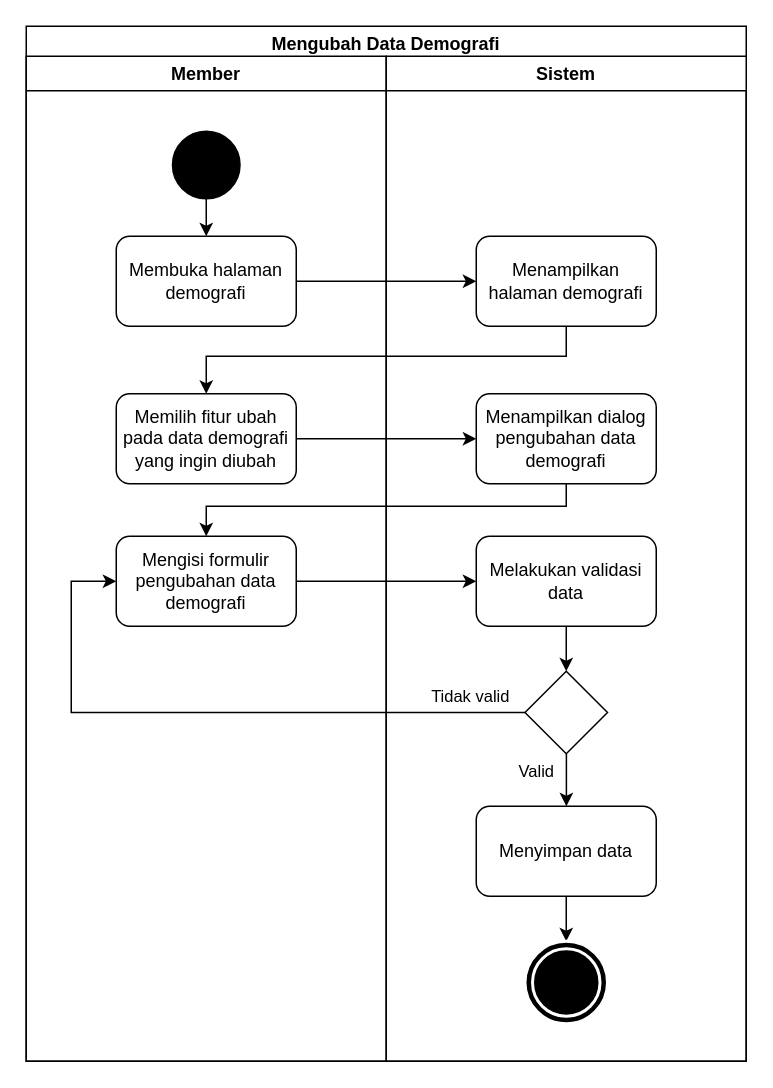
Before: Diagram/Activity Diagram/10. mengubah data demografi.drawio in techie-jhs/thesis, a draw.io diagram. Source tidied: cells renumbered, new cells numbered last; positions are measured from the earlier drawing's top-left corner, leaving out a move shared by most shapes. Both pictures are drawn from the tidied source at 150%, with x=0, y=0 at pixel (26, 26).
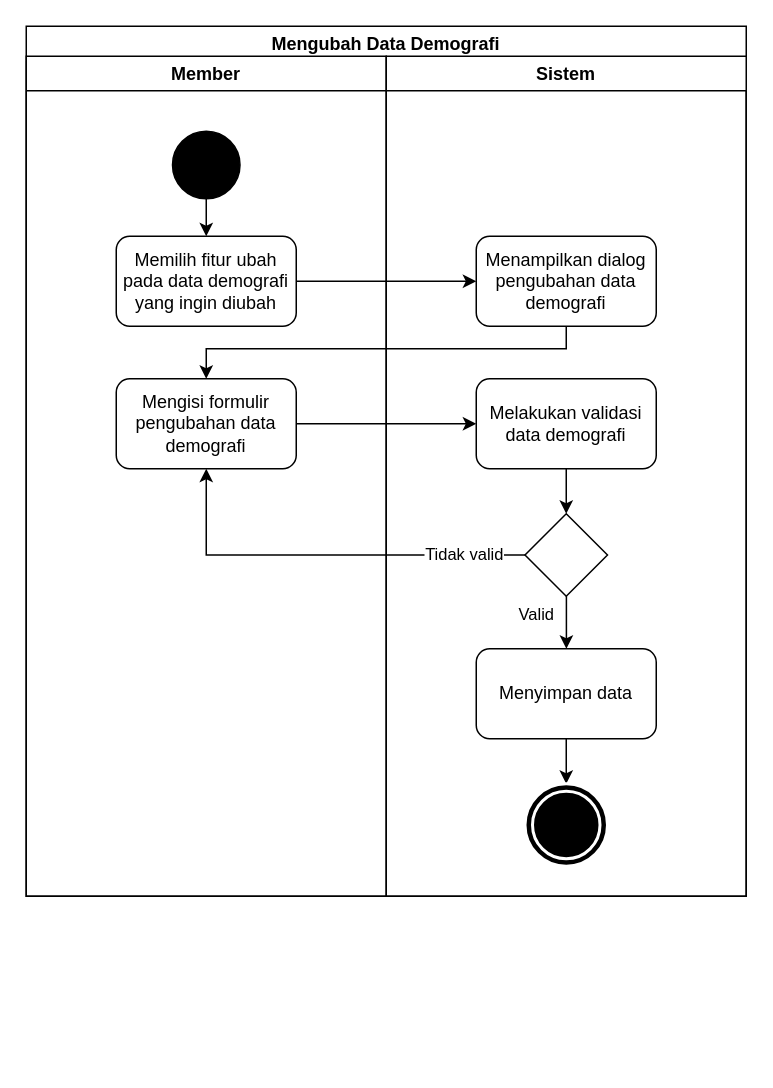
The same diagram, later.

Unchanged cells that the change refers to:
```xml
<mxCell id="5" style="ellipse;whiteSpace=wrap;html=1;fillColor=#000000;" parent="3" vertex="1">
  <mxGeometry x="97.5" y="50" width="45" height="45" as="geometry" />
</mxCell>
```

What changed in the source:
```diff
@@
     <mxCell id="2" value="Mengubah Data Demografi" style="swimlane;fillColor=none;" parent="1" vertex="1">
-      <mxGeometry width="480" height="690" as="geometry" />
+      <mxGeometry width="480" height="580" as="geometry" />
     </mxCell>
     <mxCell id="3" value="Member" style="swimlane;" parent="2" vertex="1">
-      <mxGeometry y="20" width="240" height="670" as="geometry" />
+      <mxGeometry y="20" width="240" height="560" as="geometry" />
     </mxCell>
-    <mxCell id="4" style="edgeStyle=orthogonalEdgeStyle;rounded=0;jettySize=auto;html=1;" parent="3" edge="1" source="5" target="6">
-      <mxGeometry relative="1" as="geometry" />
-    </mxCell>
+    <mxCell id="26" style="edgeStyle=orthogonalEdgeStyle;rounded=0;jettySize=auto;html=1;" parent="3" edge="1" source="5" target="7">
+      <mxGeometry relative="1" as="geometry" />
+    </mxCell>
@@
-    <mxCell id="6" value="Membuka halaman demografi" style="rounded=1;whiteSpace=wrap;html=1;fillColor=none;" parent="3" vertex="1">
-      <mxGeometry x="60" y="120" width="120" height="60" as="geometry" />
-    </mxCell>
     <mxCell id="7" value="Memilih fitur ubah pada data demografi yang ingin diubah" style="rounded=1;whiteSpace=wrap;html=1;fillColor=none;" parent="3" vertex="1">
-      <mxGeometry x="60" y="225" width="120" height="60" as="geometry" />
+      <mxGeometry x="60" y="120" width="120" height="60" as="geometry" />
     </mxCell>
     <mxCell id="8" value="Sistem" style="swimlane;" parent="2" vertex="1">
-      <mxGeometry x="240" y="20" width="240" height="670" as="geometry" />
+      <mxGeometry x="240" y="20" width="240" height="560" as="geometry" />
     </mxCell>
-    <mxCell id="9" value="Menampilkan halaman demografi" style="rounded=1;whiteSpace=wrap;html=1;fillColor=none;" parent="8" vertex="1">
-      <mxGeometry x="60" y="120" width="120" height="60" as="geometry" />
-    </mxCell>
     <mxCell id="10" style="edgeStyle=orthogonalEdgeStyle;rounded=0;jettySize=auto;html=1;" parent="8" edge="1" source="11" target="13">
       <mxGeometry relative="1" as="geometry">
         <Array as="points">
-          <mxPoint x="120" y="300" />
-          <mxPoint x="-120" y="300" />
+          <mxPoint x="120" y="195" />
+          <mxPoint x="-120" y="195" />
         </Array>
       </mxGeometry>
     </mxCell>
     <mxCell id="11" value="Menampilkan dialog pengubahan data demografi" style="rounded=1;whiteSpace=wrap;html=1;fillColor=none;" parent="8" vertex="1">
-      <mxGeometry x="60" y="225" width="120" height="60" as="geometry" />
+      <mxGeometry x="60" y="120" width="120" height="60" as="geometry" />
     </mxCell>
@@
     <mxCell id="13" value="&lt;span&gt;Mengisi formulir pengubahan data demografi&lt;/span&gt;" style="rounded=1;whiteSpace=wrap;html=1;fillColor=none;" parent="8" vertex="1">
-      <mxGeometry x="-180" y="320" width="120" height="60" as="geometry" />
+      <mxGeometry x="-180" y="215" width="120" height="60" as="geometry" />
     </mxCell>
-    <mxCell id="14" value="Melakukan validasi data" style="rounded=1;whiteSpace=wrap;html=1;fillColor=none;" parent="8" vertex="1">
-      <mxGeometry x="60" y="320" width="120" height="60" as="geometry" />
+    <mxCell id="14" value="Melakukan validasi data demografi" style="rounded=1;whiteSpace=wrap;html=1;fillColor=none;" parent="8" vertex="1">
+      <mxGeometry x="60" y="215" width="120" height="60" as="geometry" />
     </mxCell>
     <mxCell id="15" value="Valid" style="edgeStyle=orthogonalEdgeStyle;rounded=0;orthogonalLoop=1;jettySize=auto;html=1;" parent="8" edge="1">
       <mxGeometry x="-0.33" y="-20" relative="1" as="geometry">
-        <mxPoint x="120.1" y="464.9" as="sourcePoint" />
-        <mxPoint x="120.1" y="500" as="targetPoint" />
+        <mxPoint x="120.1" y="359.9" as="sourcePoint" />
+        <mxPoint x="120.1" y="395" as="targetPoint" />
       </mxGeometry>
     </mxCell>
+    <mxCell id="20" style="edgeStyle=orthogonalEdgeStyle;rounded=0;jettySize=auto;html=1;entryX=0.5;entryY=1;entryDx=0;entryDy=0;" parent="8" edge="1" source="16" target="13">
+      <mxGeometry relative="1" as="geometry" />
+    </mxCell>
+    <mxCell id="21" value="Tidak valid" style="edgeLabel;html=1;align=center;verticalAlign=middle;" parent="20" vertex="1">
+      <mxGeometry x="-0.7" y="-2" relative="1" as="geometry">
+        <mxPoint y="1" as="offset" />
+      </mxGeometry>
+    </mxCell>
     <mxCell id="16" style="rhombus;whiteSpace=wrap;html=1;fillColor=none;" parent="8" vertex="1">
-      <mxGeometry x="92.5" y="410" width="55" height="55" as="geometry" />
+      <mxGeometry x="92.5" y="305" width="55" height="55" as="geometry" />
     </mxCell>
@@
     <mxCell id="18" value="Menyimpan data" style="rounded=1;whiteSpace=wrap;html=1;fillColor=none;" parent="8" vertex="1">
-      <mxGeometry x="60" y="500" width="120" height="60" as="geometry" />
+      <mxGeometry x="60" y="395" width="120" height="60" as="geometry" />
     </mxCell>
@@
-    <mxCell id="20" style="edgeStyle=orthogonalEdgeStyle;rounded=0;jettySize=auto;html=1;entryX=0;entryY=0.5;entryDx=0;entryDy=0;exitX=0;exitY=0.5;exitDx=0;exitDy=0;" parent="8" edge="1" source="16" target="13">
-      <mxGeometry relative="1" as="geometry">
-        <Array as="points">
-          <mxPoint x="-210" y="438" />
-          <mxPoint x="-210" y="350" />
-        </Array>
-      </mxGeometry>
-    </mxCell>
-    <mxCell id="21" value="Tidak valid" style="edgeLabel;html=1;align=center;verticalAlign=middle;" parent="20" vertex="1">
-      <mxGeometry x="-0.82" y="-2" relative="1" as="geometry">
-        <mxPoint x="1" y="-9" as="offset" />
-      </mxGeometry>
-    </mxCell>
     <mxCell id="22" style="ellipse;shape=doubleEllipse;whiteSpace=wrap;html=1;fillColor=#000000;strokeColor=#FFFFFF;strokeWidth=2;" parent="8" vertex="1">
-      <mxGeometry x="92.5" y="590" width="55" height="55" as="geometry" />
+      <mxGeometry x="92.5" y="485" width="55" height="55" as="geometry" />
     </mxCell>
-    <mxCell id="23" style="edgeStyle=orthogonalEdgeStyle;rounded=0;jettySize=auto;html=1;" parent="2" edge="1" source="6" target="9">
-      <mxGeometry relative="1" as="geometry" />
-    </mxCell>
-    <mxCell id="24" style="edgeStyle=orthogonalEdgeStyle;rounded=0;jettySize=auto;html=1;" parent="2" edge="1" source="9" target="7">
-      <mxGeometry relative="1" as="geometry">
-        <Array as="points">
-          <mxPoint x="360" y="220" />
-          <mxPoint x="120" y="220" />
-        </Array>
-      </mxGeometry>
-    </mxCell>
```
